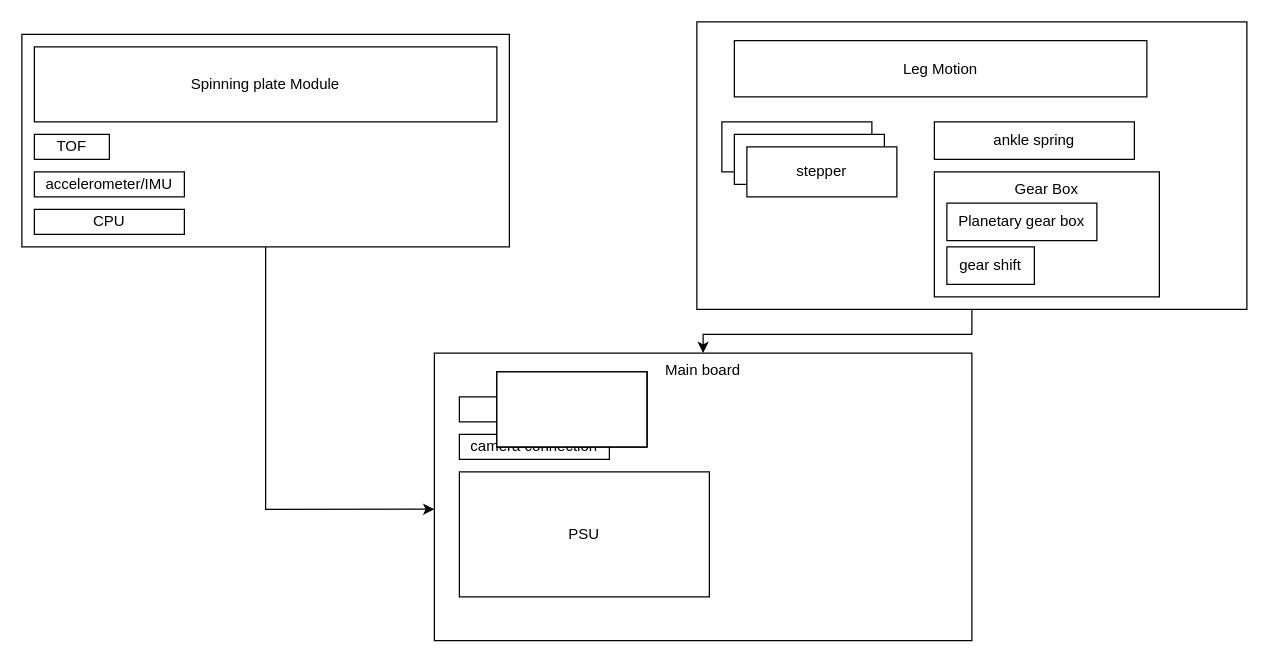
Above: Systems/System Overview.drawio in blah42/RoboDog (draw.io), before the change. Source tidied: cells renumbered, new cells numbered last; positions are measured from the earlier drawing's top-left corner, leaving out a move shared by most shapes. Both pictures are drawn from the tidied source at 125%, with x=0, y=0 at pixel (21, 21).
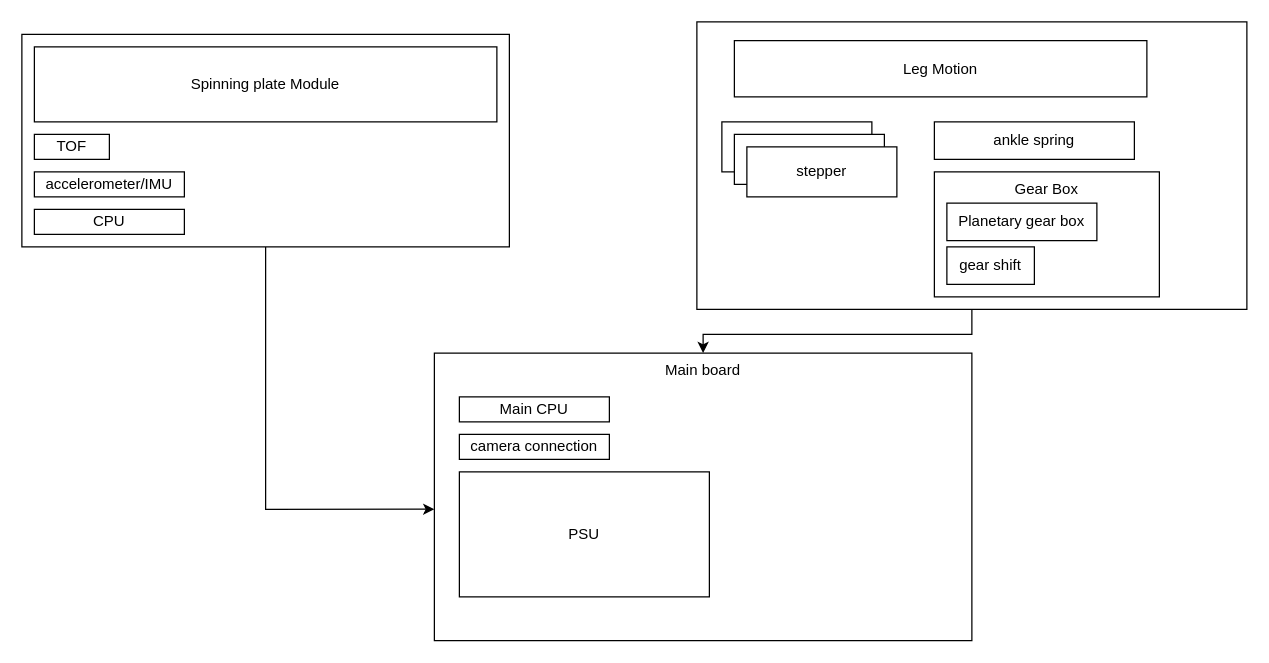
Above is the later version.

What changed in the source:
```diff
@@
-    <mxCell id="19" style="rounded=0;whiteSpace=wrap;html=1;" parent="1" vertex="1">
-      <mxGeometry x="380" y="280" width="120" height="60" as="geometry" />
-    </mxCell>
-    <mxCell id="20" style="rounded=0;whiteSpace=wrap;html=1;" parent="1" vertex="1">
-      <mxGeometry x="380" y="280" width="120" height="60" as="geometry" />
-    </mxCell>
-    <mxCell id="21" style="rounded=0;whiteSpace=wrap;html=1;" parent="1" vertex="1">
-      <mxGeometry x="380" y="280" width="120" height="60" as="geometry" />
-    </mxCell>
@@
-    <mxCell id="24" style="rounded=0;whiteSpace=wrap;html=1;" parent="1" vertex="1">
-      <mxGeometry x="380" y="280" width="120" height="60" as="geometry" />
-    </mxCell>
```
